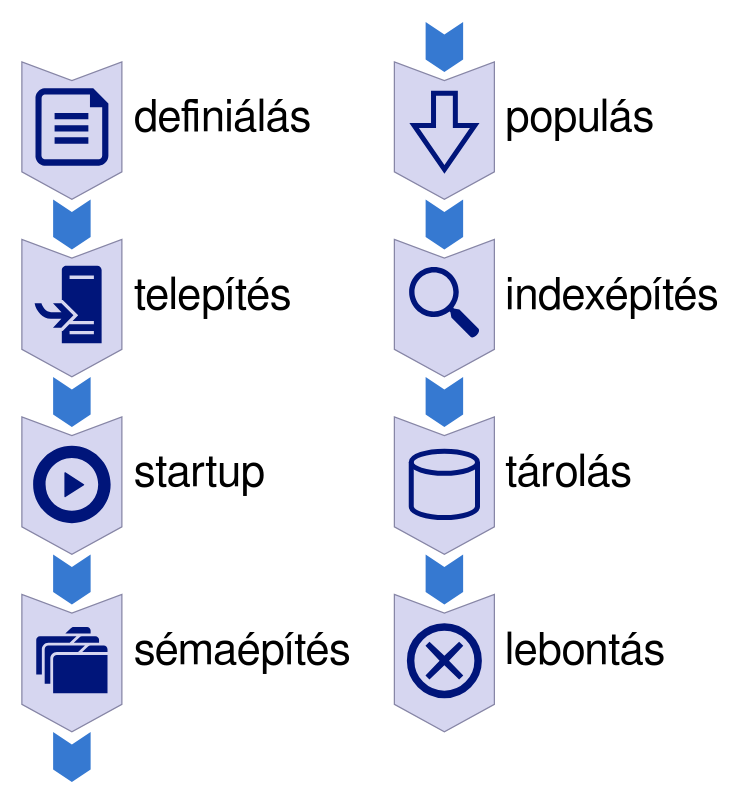
Above: prez-2025-otdk/src/diagram/database-tasks-compressed.drawio in davidsusu/holodb-tdk (draw.io), before the change. Source tidied: cells renumbered, new cells numbered last; positions are measured from the earlier drawing's top-left corner, leaving out a move shared by most shapes. Both pictures are drawn from the tidied source at 125%, with x=0, y=0 at pixel (21, 21).
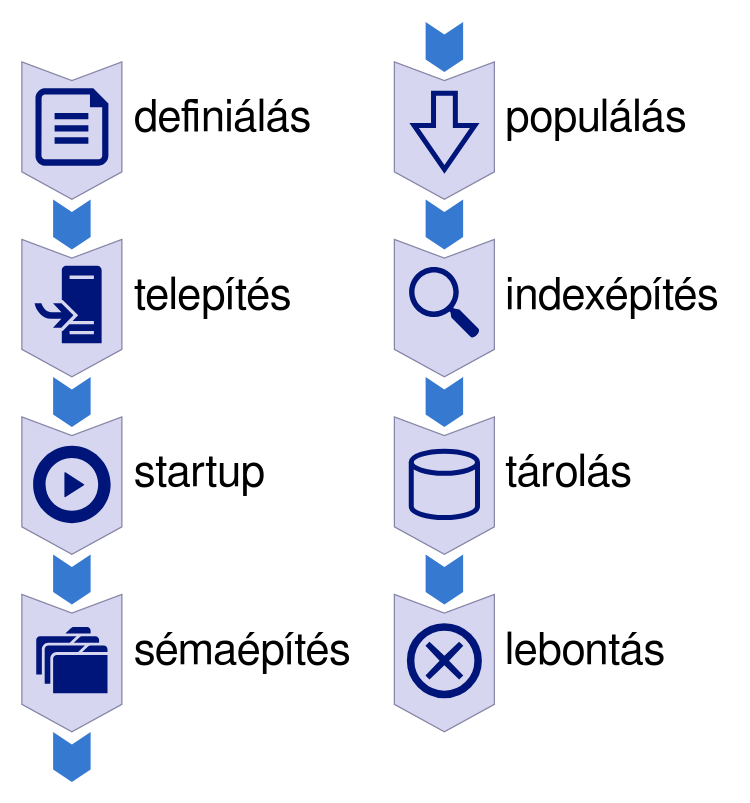
After the change.

The edit, as a diff of the source:
```diff
@@
-    <mxCell id="14" value="populás" style="text;strokeColor=none;fillColor=none;html=1;fontSize=35;fontStyle=0;verticalAlign=middle;align=left;fontFamily=FreeSans;horizontal=1;" parent="1" vertex="1">
+    <mxCell id="14" value="populálás" style="text;strokeColor=none;fillColor=none;html=1;fontSize=35;fontStyle=0;verticalAlign=middle;align=left;fontFamily=FreeSans;horizontal=1;" parent="1" vertex="1">
       <mxGeometry x="385" y="44" width="180" height="65" as="geometry" />
     </mxCell>
```
